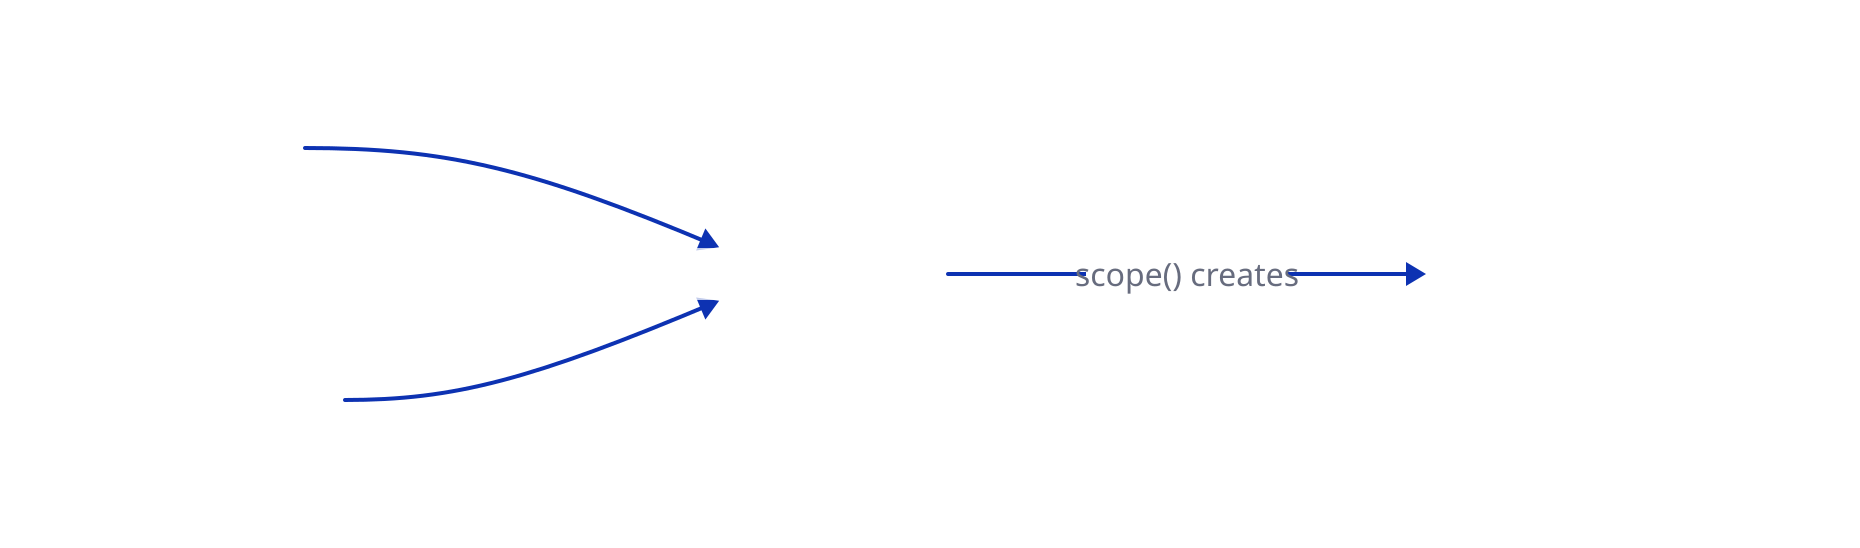
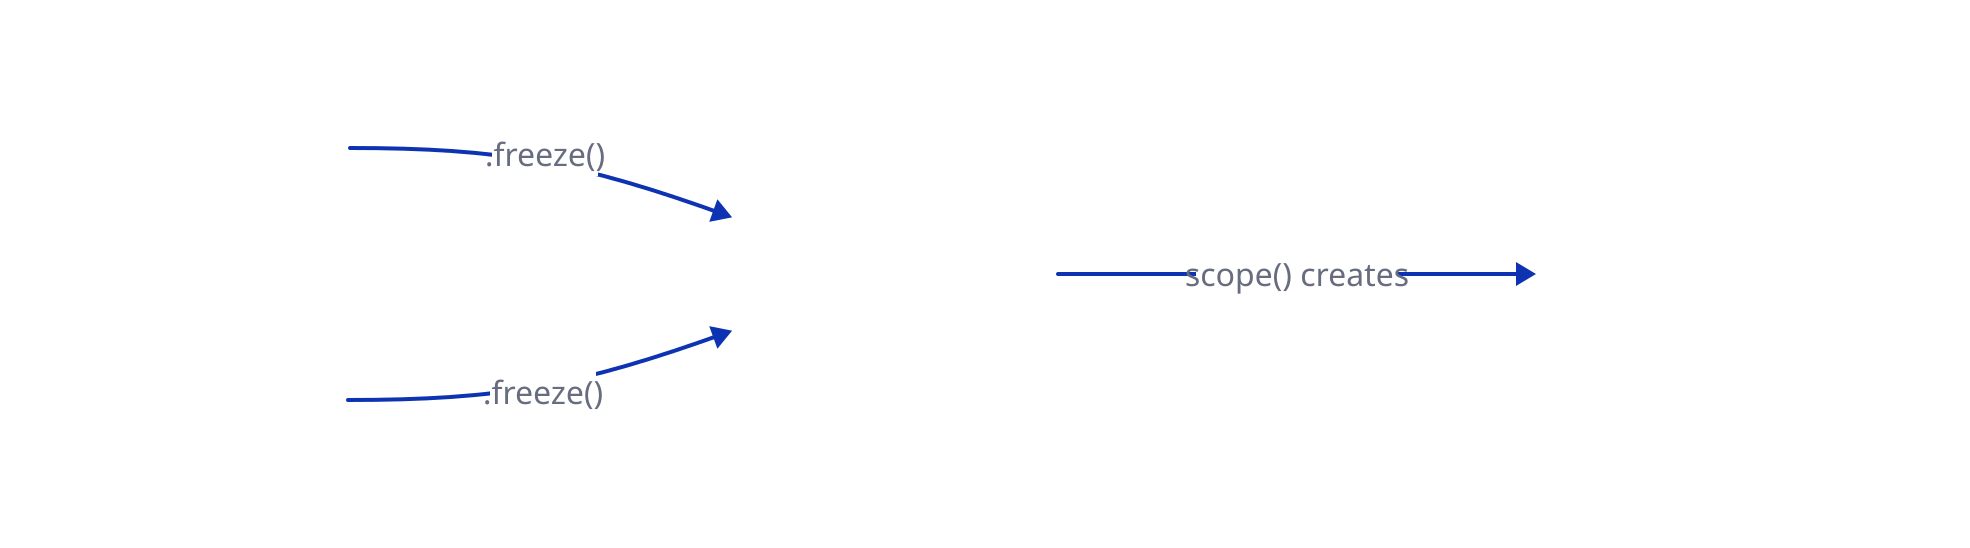
style: {
    fill: transparent
}

vars: {
    d2-config: {
        pad: 40
    }
}

direction: right

- DepsPlan: {
+ DepsRegistry: {
    shape: rectangle
    label: |md
-         ### Deps Plan
-         What to build
+         ### Deps Registry
+         Authoring + freeze()
    |
}

LifecyclePlan: {
    shape: rectangle
    label: |md
        ### Lifecycle Plan
        Startup / shutdown
    |
}

Runtime: {
    shape: rectangle
    style: {
        stroke: "#4a90d9"
    }
    label: |md
        ### ExecutionRuntime
+         Frozen registries only
    |
}

Context: {
    shape: rectangle
    style: {
        stroke: "#2e7d32"
    }
    label: |md
        ### ExecutionContext
        Resolve ports for handlers
    |
}

- DepsPlan -> Runtime
- LifecyclePlan -> Runtime
+ DepsRegistry -> Runtime: .freeze()
+ LifecyclePlan -> Runtime: .freeze()
Runtime -> Context: scope() creates
